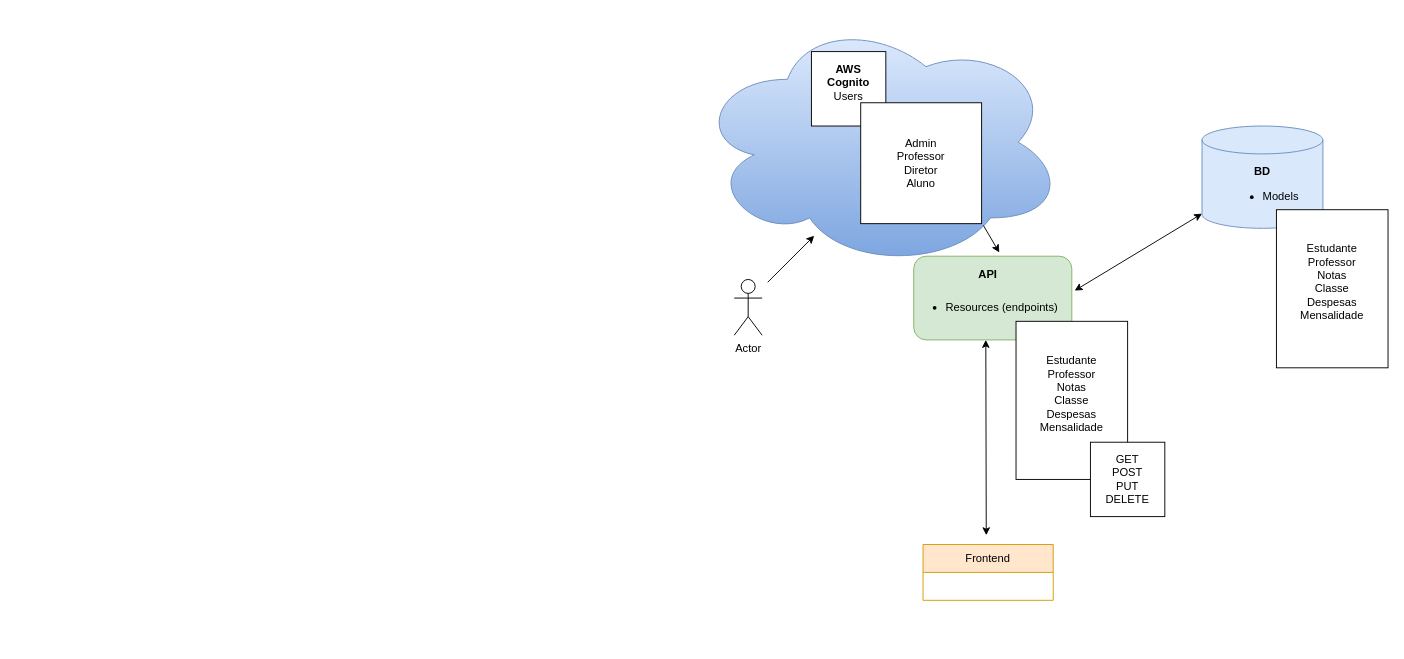
Above: page "Arquitetura" (1 of 3) of moz_school.drawio in ManuelCarreiras/moz_sch (draw.io), before the change. Source tidied: cells renumbered, new cells numbered last; positions are measured from the earlier drawing's top-left corner, leaving out a move shared by most shapes. Both pictures are drawn from the tidied source at 93%, with x=0, y=0 at pixel (695, 16).
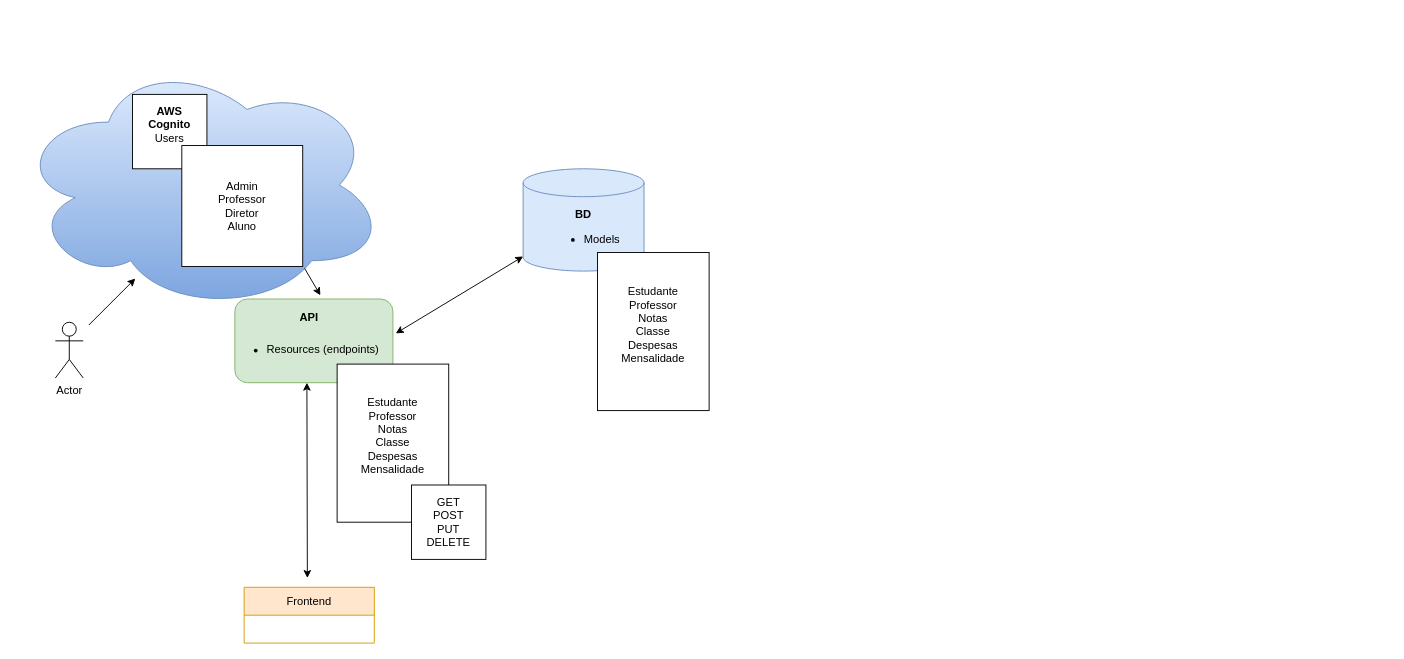
After the change.

What changed in the source:
```diff
@@
+    <mxCell id="18" style="group;" parent="1" vertex="1">
+      <mxGeometry x="-730" y="46" width="745" height="628" as="geometry" />
+    </mxCell>
-    <mxCell id="2" style="ellipse;shape=cloud;whiteSpace=wrap;html=1;fillColor=#dae8fc;gradientColor=#7ea6e0;strokeColor=#6c8ebf;" parent="1" vertex="1">
+    <mxCell id="2" style="ellipse;shape=cloud;whiteSpace=wrap;html=1;fillColor=#dae8fc;gradientColor=#7ea6e0;strokeColor=#6c8ebf;" parent="18" vertex="1">
       <mxGeometry width="397" height="271" as="geometry" />
     </mxCell>
-    <mxCell id="3" style="rounded=1;whiteSpace=wrap;html=1;fillColor=#d5e8d4;strokeColor=#82b366;" parent="1" vertex="1">
+    <mxCell id="3" style="rounded=1;whiteSpace=wrap;html=1;fillColor=#d5e8d4;strokeColor=#82b366;" parent="18" vertex="1">
       <mxGeometry x="235" y="258" width="170" height="90" as="geometry" />
     </mxCell>
-    <mxCell id="4" value="&lt;b&gt;API&lt;/b&gt;" style="text;html=1;align=center;verticalAlign=middle;whiteSpace=wrap;rounded=0;" parent="1" vertex="1">
+    <mxCell id="4" value="&lt;b&gt;API&lt;/b&gt;" style="text;html=1;align=center;verticalAlign=middle;whiteSpace=wrap;rounded=0;" parent="18" vertex="1">
       <mxGeometry x="235" y="258" width="160" height="40" as="geometry" />
     </mxCell>
-    <mxCell id="5" value="&lt;ul&gt;&lt;li&gt;Resources (endpoints)&lt;/li&gt;&lt;/ul&gt;" style="text;html=1;align=center;verticalAlign=middle;whiteSpace=wrap;rounded=0;" parent="1" vertex="1">
+    <mxCell id="5" value="&lt;ul&gt;&lt;li&gt;Resources (endpoints)&lt;/li&gt;&lt;/ul&gt;" style="text;html=1;align=center;verticalAlign=middle;whiteSpace=wrap;rounded=0;" parent="18" vertex="1">
       <mxGeometry x="215" y="288" width="190" height="50" as="geometry" />
     </mxCell>
-    <mxCell id="6" value="&lt;b&gt;BD&lt;/b&gt;&lt;div&gt;&lt;ul&gt;&lt;li&gt;Models&lt;/li&gt;&lt;/ul&gt;&lt;/div&gt;" style="shape=cylinder3;whiteSpace=wrap;html=1;boundedLbl=1;backgroundOutline=1;size=15;fillColor=#dae8fc;strokeColor=#6c8ebf;" parent="1" vertex="1">
+    <mxCell id="6" value="&lt;b&gt;BD&lt;/b&gt;&lt;div&gt;&lt;ul&gt;&lt;li&gt;Models&lt;/li&gt;&lt;/ul&gt;&lt;/div&gt;" style="shape=cylinder3;whiteSpace=wrap;html=1;boundedLbl=1;backgroundOutline=1;size=15;fillColor=#dae8fc;strokeColor=#6c8ebf;" parent="18" vertex="1">
       <mxGeometry x="545" y="118" width="130" height="110" as="geometry" />
     </mxCell>
-    <mxCell id="7" value="Estudante&lt;div&gt;Professor&lt;/div&gt;&lt;div&gt;Notas&lt;/div&gt;&lt;div&gt;Classe&lt;/div&gt;&lt;div&gt;Despesas&lt;/div&gt;&lt;div&gt;Mensalidade&lt;/div&gt;&lt;div&gt;&lt;br&gt;&lt;/div&gt;" style="rounded=0;whiteSpace=wrap;html=1;" parent="1" vertex="1">
+    <mxCell id="7" value="Estudante&lt;div&gt;Professor&lt;/div&gt;&lt;div&gt;Notas&lt;/div&gt;&lt;div&gt;Classe&lt;/div&gt;&lt;div&gt;Despesas&lt;/div&gt;&lt;div&gt;Mensalidade&lt;/div&gt;&lt;div&gt;&lt;br&gt;&lt;/div&gt;" style="rounded=0;whiteSpace=wrap;html=1;" parent="18" vertex="1">
       <mxGeometry x="345" y="328" width="120" height="170" as="geometry" />
     </mxCell>
-    <mxCell id="8" value="Estudante&lt;div&gt;Professor&lt;/div&gt;&lt;div&gt;Notas&lt;/div&gt;&lt;div&gt;Classe&lt;/div&gt;&lt;div&gt;Despesas&lt;/div&gt;&lt;div&gt;Mensalidade&lt;/div&gt;&lt;div&gt;&lt;br&gt;&lt;/div&gt;" style="rounded=0;whiteSpace=wrap;html=1;" parent="1" vertex="1">
+    <mxCell id="8" value="Estudante&lt;div&gt;Professor&lt;/div&gt;&lt;div&gt;Notas&lt;/div&gt;&lt;div&gt;Classe&lt;/div&gt;&lt;div&gt;Despesas&lt;/div&gt;&lt;div&gt;Mensalidade&lt;/div&gt;&lt;div&gt;&lt;br&gt;&lt;/div&gt;" style="rounded=0;whiteSpace=wrap;html=1;" parent="18" vertex="1">
       <mxGeometry x="625" y="208" width="120" height="170" as="geometry" />
     </mxCell>
-    <mxCell id="9" style="endArrow=classic;startArrow=classic;html=1;rounded=0;exitX=1.016;exitY=0.14;exitDx=0;exitDy=0;exitPerimeter=0;" parent="1" edge="1" source="5" target="6">
+    <mxCell id="9" style="endArrow=classic;startArrow=classic;html=1;rounded=0;exitX=1.016;exitY=0.14;exitDx=0;exitDy=0;exitPerimeter=0;" parent="18" edge="1" source="5" target="6">
       <mxGeometry relative="1" as="geometry" />
     </mxCell>
-    <mxCell id="10" value="Frontend" style="swimlane;fontStyle=0;horizontal=1;startSize=30;whiteSpace=wrap;html=1;fillColor=#ffe6cc;strokeColor=#d79b00;" parent="1" vertex="1">
+    <mxCell id="10" value="Frontend" style="swimlane;fontStyle=0;horizontal=1;startSize=30;whiteSpace=wrap;html=1;fillColor=#ffe6cc;strokeColor=#d79b00;" parent="18" vertex="1">
       <mxGeometry x="245" y="568" width="140" height="60" as="geometry" />
     </mxCell>
-    <mxCell id="11" style="endArrow=classic;startArrow=classic;html=1;rounded=0;entryX=0.5;entryY=1;entryDx=0;entryDy=0;" parent="1" edge="1">
+    <mxCell id="11" style="endArrow=classic;startArrow=classic;html=1;rounded=0;entryX=0.5;entryY=1;entryDx=0;entryDy=0;" parent="18" edge="1">
       <mxGeometry relative="1" as="geometry">
         <mxPoint x="313" y="558" as="sourcePoint" />
         <mxPoint x="312.5" y="348" as="targetPoint" />
       </mxGeometry>
     </mxCell>
-    <mxCell id="12" value="GET&lt;div&gt;POST&lt;/div&gt;&lt;div&gt;PUT&lt;/div&gt;&lt;div&gt;DELETE&lt;/div&gt;" style="whiteSpace=wrap;html=1;" parent="1" vertex="1">
+    <mxCell id="12" value="GET&lt;div&gt;POST&lt;/div&gt;&lt;div&gt;PUT&lt;/div&gt;&lt;div&gt;DELETE&lt;/div&gt;" style="whiteSpace=wrap;html=1;" parent="18" vertex="1">
       <mxGeometry x="425" y="458" width="80" height="80" as="geometry" />
     </mxCell>
-    <mxCell id="13" value="&lt;div&gt;&lt;b&gt;AWS&lt;/b&gt;&lt;/div&gt;&lt;div&gt;&lt;b&gt;Cognito&lt;/b&gt;&lt;/div&gt;Users&lt;div&gt;&lt;br&gt;&lt;/div&gt;" style="whiteSpace=wrap;html=1;" parent="1" vertex="1">
+    <mxCell id="13" value="&lt;div&gt;&lt;b&gt;AWS&lt;/b&gt;&lt;/div&gt;&lt;div&gt;&lt;b&gt;Cognito&lt;/b&gt;&lt;/div&gt;Users&lt;div&gt;&lt;br&gt;&lt;/div&gt;" style="whiteSpace=wrap;html=1;" parent="18" vertex="1">
       <mxGeometry x="125" y="38" width="80" height="80" as="geometry" />
     </mxCell>
-    <mxCell id="14" value="Admin&lt;div&gt;Professor&lt;/div&gt;&lt;div&gt;Diretor&lt;/div&gt;&lt;div&gt;Aluno&lt;/div&gt;" style="whiteSpace=wrap;html=1;" parent="1" vertex="1">
+    <mxCell id="14" value="Admin&lt;div&gt;Professor&lt;/div&gt;&lt;div&gt;Diretor&lt;/div&gt;&lt;div&gt;Aluno&lt;/div&gt;" style="whiteSpace=wrap;html=1;" parent="18" vertex="1">
       <mxGeometry x="178" y="93" width="130" height="130" as="geometry" />
     </mxCell>
-    <mxCell id="15" value="Actor" style="shape=umlActor;verticalLabelPosition=bottom;verticalAlign=top;html=1;" parent="1" vertex="1">
+    <mxCell id="15" value="Actor" style="shape=umlActor;verticalLabelPosition=bottom;verticalAlign=top;html=1;" parent="18" vertex="1">
       <mxGeometry x="42" y="283" width="30" height="60" as="geometry" />
     </mxCell>
-    <mxCell id="16" style="endArrow=classic;html=1;rounded=0;" parent="1" edge="1">
+    <mxCell id="16" style="endArrow=classic;html=1;rounded=0;" parent="18" edge="1">
       <mxGeometry relative="1" as="geometry">
         <mxPoint x="78" y="286" as="sourcePoint" />
         <mxPoint x="128" y="236" as="targetPoint" />
       </mxGeometry>
     </mxCell>
-    <mxCell id="17" style="endArrow=classic;html=1;rounded=0;entryX=0.575;entryY=-0.1;entryDx=0;entryDy=0;entryPerimeter=0;" parent="1" edge="1" target="4">
+    <mxCell id="17" style="endArrow=classic;html=1;rounded=0;entryX=0.575;entryY=-0.1;entryDx=0;entryDy=0;entryPerimeter=0;" parent="18" edge="1" target="4">
       <mxGeometry relative="1" as="geometry">
         <mxPoint x="310" y="225" as="sourcePoint" />
       </mxGeometry>
     </mxCell>
```
